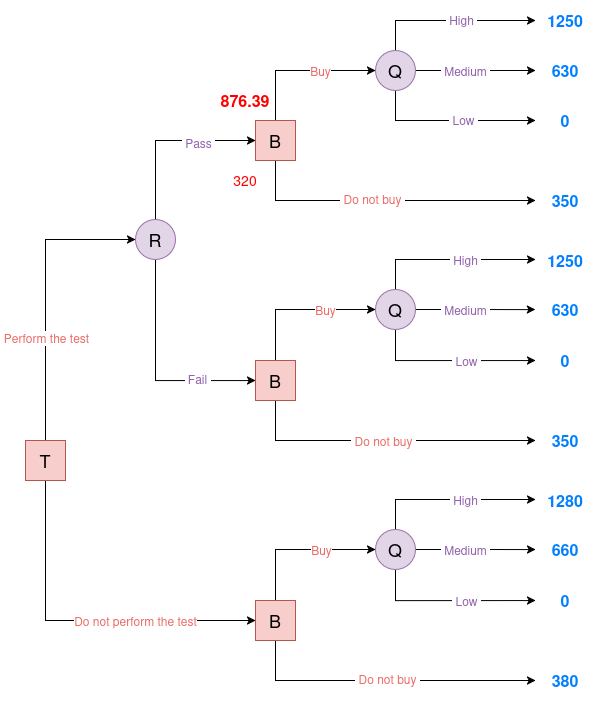
ferjorosa/ferjorosa.github.io keeps this draw.io diagram as assets/2025-06-01-decision-theory-I/evaluated_oil_tree_1.png. Above is the earlier version. Source tidied: cells renumbered, new cells last; positions are measured from the earlier drawing's top-left corner, leaving out a move shared by most shapes. The source it was exported from:
```xml
<mxGraphModel>
  <root>
    <mxCell id="0" />
    <mxCell id="1" parent="0" />
    <mxCell id="2" style="edgeStyle=orthogonalEdgeStyle;rounded=0;jettySize=auto;html=1;entryX=0;entryY=0.5;entryDx=0;entryDy=0;fontSize=12;" parent="1" edge="1" source="6" target="11">
      <mxGeometry relative="1" as="geometry">
        <Array as="points">
          <mxPoint x="20" y="620" />
        </Array>
      </mxGeometry>
    </mxCell>
    <mxCell id="3" value="Do not perform the test" style="edgeLabel;html=1;align=center;verticalAlign=middle;fontSize=12;fontColor=#EA6B66;" parent="2" vertex="1">
      <mxGeometry x="0.08" y="1" relative="1" as="geometry">
        <mxPoint x="41" y="1" as="offset" />
      </mxGeometry>
    </mxCell>
    <mxCell id="4" style="edgeStyle=orthogonalEdgeStyle;rounded=0;jettySize=auto;html=1;entryX=0;entryY=0.5;entryDx=0;entryDy=0;" parent="1" edge="1" source="6" target="21">
      <mxGeometry relative="1" as="geometry">
        <Array as="points">
          <mxPoint x="20" y="239" />
        </Array>
      </mxGeometry>
    </mxCell>
    <mxCell id="5" value="&amp;nbsp;Perform the test&amp;nbsp;" style="edgeLabel;html=1;align=center;verticalAlign=middle;fontSize=12;fontColor=#EA6B66;" parent="4" vertex="1">
      <mxGeometry x="-0.29" relative="1" as="geometry" />
    </mxCell>
    <mxCell id="6" value="T" style="rounded=0;whiteSpace=wrap;html=1;fontSize=18;fillColor=#f8cecc;strokeColor=#b85450;" parent="1" vertex="1">
      <mxGeometry y="440" width="40" height="40" as="geometry" />
    </mxCell>
    <mxCell id="7" style="edgeStyle=orthogonalEdgeStyle;rounded=0;jettySize=auto;html=1;fontSize=12;" parent="1" edge="1" source="11" target="59">
      <mxGeometry relative="1" as="geometry">
        <Array as="points">
          <mxPoint x="250" y="680" />
        </Array>
      </mxGeometry>
    </mxCell>
    <mxCell id="8" value="&amp;nbsp;Do not buy&amp;nbsp;" style="edgeLabel;html=1;align=center;verticalAlign=middle;fontSize=12;fontColor=#EA6B66;" parent="7" vertex="1">
      <mxGeometry x="0.01" y="2" relative="1" as="geometry" />
    </mxCell>
    <mxCell id="9" style="edgeStyle=orthogonalEdgeStyle;rounded=0;jettySize=auto;html=1;entryX=0;entryY=0.5;entryDx=0;entryDy=0;" parent="1" edge="1" source="11" target="47">
      <mxGeometry relative="1" as="geometry">
        <Array as="points">
          <mxPoint x="250" y="549" />
        </Array>
      </mxGeometry>
    </mxCell>
    <mxCell id="10" value="&lt;span style=&quot;font-size: 12px;&quot;&gt;Buy&lt;/span&gt;" style="edgeLabel;html=1;align=center;verticalAlign=middle;fontColor=#EA6B66;" parent="9" vertex="1">
      <mxGeometry x="0.23" y="2" relative="1" as="geometry">
        <mxPoint x="4" y="2" as="offset" />
      </mxGeometry>
    </mxCell>
    <mxCell id="11" value="B" style="rounded=0;whiteSpace=wrap;html=1;fontSize=18;fillColor=#f8cecc;strokeColor=#b85450;" parent="1" vertex="1">
      <mxGeometry x="230" y="600" width="40" height="40" as="geometry" />
    </mxCell>
    <mxCell id="12" style="edgeStyle=orthogonalEdgeStyle;rounded=0;orthogonalLoop=1;jettySize=auto;html=1;fontSize=12;" parent="1" edge="1">
      <mxGeometry relative="1" as="geometry">
        <mxPoint x="250" y="380" as="sourcePoint" />
        <mxPoint x="510" y="440" as="targetPoint" />
        <Array as="points">
          <mxPoint x="250" y="440" />
          <mxPoint x="470" y="440" />
        </Array>
      </mxGeometry>
    </mxCell>
    <mxCell id="13" value="&amp;nbsp;Do not buy&amp;nbsp;" style="edgeLabel;html=1;align=center;verticalAlign=middle;fontSize=12;fontColor=#EA6B66;" parent="12" vertex="1">
      <mxGeometry x="0.05" y="-2" relative="1" as="geometry">
        <mxPoint y="-2" as="offset" />
      </mxGeometry>
    </mxCell>
    <mxCell id="14" style="edgeStyle=orthogonalEdgeStyle;rounded=0;jettySize=auto;html=1;" parent="1" edge="1" source="16" target="40">
      <mxGeometry relative="1" as="geometry">
        <Array as="points">
          <mxPoint x="250" y="309" />
        </Array>
      </mxGeometry>
    </mxCell>
    <mxCell id="15" value="Buy" style="edgeLabel;html=1;align=center;verticalAlign=middle;fontSize=12;fontColor=#EA6B66;" parent="14" vertex="1">
      <mxGeometry x="0.25" y="2" relative="1" as="geometry">
        <mxPoint x="7" y="2" as="offset" />
      </mxGeometry>
    </mxCell>
    <mxCell id="16" value="B" style="rounded=0;whiteSpace=wrap;html=1;fontSize=18;fillColor=#f8cecc;strokeColor=#b85450;" parent="1" vertex="1">
      <mxGeometry x="230" y="360" width="40" height="40" as="geometry" />
    </mxCell>
    <mxCell id="17" style="edgeStyle=orthogonalEdgeStyle;rounded=0;jettySize=auto;html=1;entryX=0;entryY=0.5;entryDx=0;entryDy=0;" parent="1" edge="1" source="21" target="16">
      <mxGeometry relative="1" as="geometry">
        <Array as="points">
          <mxPoint x="130" y="380" />
        </Array>
      </mxGeometry>
    </mxCell>
    <mxCell id="18" value="&lt;font style=&quot;font-size: 12px;&quot;&gt;&amp;nbsp;Fail&amp;nbsp;&lt;/font&gt;" style="edgeLabel;html=1;align=center;verticalAlign=middle;fontSize=12;fontColor=#9061AB;" parent="17" vertex="1">
      <mxGeometry x="0.47" y="2" relative="1" as="geometry" />
    </mxCell>
    <mxCell id="19" style="edgeStyle=orthogonalEdgeStyle;rounded=0;jettySize=auto;html=1;entryX=0;entryY=0.5;entryDx=0;entryDy=0;" parent="1" edge="1" source="21" target="26">
      <mxGeometry relative="1" as="geometry">
        <Array as="points">
          <mxPoint x="130" y="140" />
        </Array>
      </mxGeometry>
    </mxCell>
    <mxCell id="20" value="&amp;nbsp;Pass&amp;nbsp;" style="edgeLabel;html=1;align=center;verticalAlign=middle;fontSize=12;fontColor=#9061AB;" parent="19" vertex="1">
      <mxGeometry x="0.36" y="-2" relative="1" as="geometry" />
    </mxCell>
    <mxCell id="21" value="R" style="ellipse;whiteSpace=wrap;html=1;fontSize=18;fillColor=#e1d5e7;strokeColor=#9673a6;" parent="1" vertex="1">
      <mxGeometry x="110" y="218.9" width="40" height="40" as="geometry" />
    </mxCell>
    <mxCell id="22" style="edgeStyle=orthogonalEdgeStyle;rounded=0;orthogonalLoop=1;jettySize=auto;html=1;fontSize=12;" parent="1" edge="1">
      <mxGeometry relative="1" as="geometry">
        <mxPoint x="250" y="130" as="sourcePoint" />
        <mxPoint x="510" y="200" as="targetPoint" />
        <Array as="points">
          <mxPoint x="250" y="200" />
        </Array>
      </mxGeometry>
    </mxCell>
    <mxCell id="23" value="&amp;nbsp;Do not buy&amp;nbsp;" style="edgeLabel;html=1;align=center;verticalAlign=middle;fontSize=12;fontColor=#EA6B66;" parent="22" vertex="1">
      <mxGeometry x="0.01" y="2" relative="1" as="geometry" />
    </mxCell>
    <mxCell id="24" style="edgeStyle=orthogonalEdgeStyle;rounded=0;jettySize=auto;html=1;entryX=0;entryY=0.5;entryDx=0;entryDy=0;" parent="1" edge="1" source="26" target="33">
      <mxGeometry relative="1" as="geometry">
        <Array as="points">
          <mxPoint x="250" y="70" />
        </Array>
      </mxGeometry>
    </mxCell>
    <mxCell id="25" value="&lt;font style=&quot;font-size: 12px;&quot;&gt;Buy&lt;/font&gt;" style="edgeLabel;html=1;align=center;verticalAlign=middle;fontColor=#EA6B66;" parent="24" vertex="1">
      <mxGeometry x="0.15" relative="1" as="geometry">
        <mxPoint x="8" as="offset" />
      </mxGeometry>
    </mxCell>
    <mxCell id="26" value="B" style="rounded=0;whiteSpace=wrap;html=1;fontSize=18;fillColor=#f8cecc;strokeColor=#b85450;" parent="1" vertex="1">
      <mxGeometry x="230" y="120" width="40" height="40" as="geometry" />
    </mxCell>
    <mxCell id="27" style="edgeStyle=orthogonalEdgeStyle;rounded=0;jettySize=auto;html=1;fontSize=12;" parent="1" edge="1" source="33">
      <mxGeometry relative="1" as="geometry">
        <mxPoint x="510" y="20" as="targetPoint" />
        <Array as="points">
          <mxPoint x="370" y="20" />
        </Array>
      </mxGeometry>
    </mxCell>
    <mxCell id="28" value="&lt;font style=&quot;font-size: 12px;&quot;&gt;&amp;nbsp;High&amp;nbsp;&lt;/font&gt;" style="edgeLabel;html=1;align=center;verticalAlign=middle;fontColor=#9061AB;" parent="27" vertex="1">
      <mxGeometry x="0.12" y="1" relative="1" as="geometry" />
    </mxCell>
    <mxCell id="29" style="edgeStyle=orthogonalEdgeStyle;rounded=0;jettySize=auto;html=1;fontSize=12;" parent="1" edge="1" source="33">
      <mxGeometry relative="1" as="geometry">
        <mxPoint x="510" y="70" as="targetPoint" />
      </mxGeometry>
    </mxCell>
    <mxCell id="30" value="&lt;font style=&quot;font-size: 12px;&quot;&gt;&amp;nbsp;Medium&amp;nbsp;&lt;/font&gt;" style="edgeLabel;html=1;align=center;verticalAlign=middle;fontColor=#9061AB;" parent="29" vertex="1">
      <mxGeometry x="-0.45" relative="1" as="geometry">
        <mxPoint x="17" as="offset" />
      </mxGeometry>
    </mxCell>
    <mxCell id="31" style="edgeStyle=orthogonalEdgeStyle;rounded=0;jettySize=auto;html=1;fontSize=12;" parent="1" edge="1" source="33">
      <mxGeometry relative="1" as="geometry">
        <mxPoint x="510" y="120" as="targetPoint" />
        <Array as="points">
          <mxPoint x="370" y="120" />
          <mxPoint x="470" y="120" />
        </Array>
      </mxGeometry>
    </mxCell>
    <mxCell id="32" value="&lt;font style=&quot;font-size: 12px;&quot;&gt;&amp;nbsp;Low&amp;nbsp;&lt;/font&gt;" style="edgeLabel;html=1;align=center;verticalAlign=middle;fontColor=#9061AB;" parent="31" vertex="1">
      <mxGeometry x="0.15" y="1" relative="1" as="geometry" />
    </mxCell>
    <mxCell id="33" value="Q" style="ellipse;whiteSpace=wrap;html=1;fontSize=18;fillColor=#e1d5e7;strokeColor=#9673a6;" parent="1" vertex="1">
      <mxGeometry x="350" y="50" width="40" height="40" as="geometry" />
    </mxCell>
    <mxCell id="34" style="edgeStyle=orthogonalEdgeStyle;rounded=0;jettySize=auto;html=1;fontSize=12;" parent="1" edge="1" source="40">
      <mxGeometry relative="1" as="geometry">
        <mxPoint x="510" y="309" as="targetPoint" />
      </mxGeometry>
    </mxCell>
    <mxCell id="35" value="&lt;font style=&quot;font-size: 12px;&quot;&gt;&amp;nbsp;Medium&amp;nbsp;&lt;/font&gt;" style="edgeLabel;html=1;align=center;verticalAlign=middle;fontColor=#9061AB;" parent="34" vertex="1">
      <mxGeometry x="-0.37" relative="1" as="geometry">
        <mxPoint x="12" as="offset" />
      </mxGeometry>
    </mxCell>
    <mxCell id="36" style="edgeStyle=orthogonalEdgeStyle;rounded=0;orthogonalLoop=1;jettySize=auto;html=1;" parent="1" edge="1">
      <mxGeometry relative="1" as="geometry">
        <mxPoint x="370" y="307.8" as="sourcePoint" />
        <mxPoint x="510" y="258.9" as="targetPoint" />
        <Array as="points">
          <mxPoint x="370" y="258.9" />
        </Array>
      </mxGeometry>
    </mxCell>
    <mxCell id="37" value="&lt;font style=&quot;font-size: 12px;&quot;&gt;&amp;nbsp;High&amp;nbsp;&lt;/font&gt;" style="edgeLabel;html=1;align=center;verticalAlign=middle;fontColor=#9061AB;" parent="36" vertex="1">
      <mxGeometry x="0.16" relative="1" as="geometry">
        <mxPoint x="10" as="offset" />
      </mxGeometry>
    </mxCell>
    <mxCell id="38" style="edgeStyle=orthogonalEdgeStyle;rounded=0;jettySize=auto;html=1;" parent="1" edge="1" source="40">
      <mxGeometry relative="1" as="geometry">
        <mxPoint x="510" y="360" as="targetPoint" />
        <Array as="points">
          <mxPoint x="370" y="360" />
        </Array>
      </mxGeometry>
    </mxCell>
    <mxCell id="39" value="&amp;nbsp;Low&amp;nbsp;" style="edgeLabel;html=1;align=center;verticalAlign=middle;fontSize=12;fontColor=#9061AB;" parent="38" vertex="1">
      <mxGeometry x="0.09" y="-1" relative="1" as="geometry">
        <mxPoint x="8" y="-1" as="offset" />
      </mxGeometry>
    </mxCell>
    <mxCell id="40" value="Q" style="ellipse;whiteSpace=wrap;html=1;fontSize=18;fillColor=#e1d5e7;strokeColor=#9673a6;" parent="1" vertex="1">
      <mxGeometry x="350" y="288.9" width="40" height="40" as="geometry" />
    </mxCell>
    <mxCell id="41" style="edgeStyle=orthogonalEdgeStyle;rounded=0;jettySize=auto;html=1;fontSize=12;" parent="1" edge="1" source="47">
      <mxGeometry relative="1" as="geometry">
        <mxPoint x="510" y="549" as="targetPoint" />
      </mxGeometry>
    </mxCell>
    <mxCell id="42" value="&amp;nbsp;Medium&amp;nbsp;" style="edgeLabel;html=1;align=center;verticalAlign=middle;fontSize=12;fontColor=#9061AB;" parent="41" vertex="1">
      <mxGeometry x="-0.37" relative="1" as="geometry">
        <mxPoint x="12" as="offset" />
      </mxGeometry>
    </mxCell>
    <mxCell id="43" style="edgeStyle=orthogonalEdgeStyle;rounded=0;orthogonalLoop=1;jettySize=auto;html=1;" parent="1" edge="1">
      <mxGeometry relative="1" as="geometry">
        <mxPoint x="370" y="547.8" as="sourcePoint" />
        <mxPoint x="510" y="498.9" as="targetPoint" />
        <Array as="points">
          <mxPoint x="370" y="498.9" />
        </Array>
      </mxGeometry>
    </mxCell>
    <mxCell id="44" value="&amp;nbsp;High&amp;nbsp;" style="edgeLabel;html=1;align=center;verticalAlign=middle;fontSize=12;fontColor=#9061AB;" parent="43" vertex="1">
      <mxGeometry x="0.16" relative="1" as="geometry">
        <mxPoint x="10" as="offset" />
      </mxGeometry>
    </mxCell>
    <mxCell id="45" style="edgeStyle=orthogonalEdgeStyle;rounded=0;jettySize=auto;html=1;" parent="1" edge="1" source="47">
      <mxGeometry relative="1" as="geometry">
        <mxPoint x="510" y="600" as="targetPoint" />
        <Array as="points">
          <mxPoint x="370" y="600" />
        </Array>
      </mxGeometry>
    </mxCell>
    <mxCell id="46" value="&amp;nbsp;Low&amp;nbsp;" style="edgeLabel;html=1;align=center;verticalAlign=middle;fontSize=12;fontColor=#9061AB;" parent="45" vertex="1">
      <mxGeometry x="0.09" y="-1" relative="1" as="geometry">
        <mxPoint x="8" y="-1" as="offset" />
      </mxGeometry>
    </mxCell>
    <mxCell id="47" value="Q" style="ellipse;whiteSpace=wrap;html=1;fontSize=18;fillColor=#e1d5e7;strokeColor=#9673a6;" parent="1" vertex="1">
      <mxGeometry x="350" y="528.9" width="40" height="40" as="geometry" />
    </mxCell>
    <mxCell id="48" value="1250" style="rounded=0;whiteSpace=wrap;html=1;fontSize=16;fillColor=none;strokeColor=none;fontColor=#007FFF;fontStyle=1;" parent="1" vertex="1">
      <mxGeometry x="510" width="60" height="40" as="geometry" />
    </mxCell>
    <mxCell id="49" value="630" style="rounded=0;whiteSpace=wrap;html=1;fontSize=16;fillColor=none;strokeColor=none;fontColor=#007FFF;fontStyle=1;" parent="1" vertex="1">
      <mxGeometry x="510" y="50" width="60" height="40" as="geometry" />
    </mxCell>
    <mxCell id="50" value="0" style="rounded=0;whiteSpace=wrap;html=1;fontSize=16;fillColor=none;strokeColor=none;fontColor=#007FFF;fontStyle=1;" parent="1" vertex="1">
      <mxGeometry x="510" y="100" width="60" height="40" as="geometry" />
    </mxCell>
    <mxCell id="51" value="1250" style="rounded=0;whiteSpace=wrap;html=1;fontSize=16;fillColor=none;strokeColor=none;fontColor=#007FFF;fontStyle=1;" parent="1" vertex="1">
      <mxGeometry x="510" y="240" width="60" height="40" as="geometry" />
    </mxCell>
    <mxCell id="52" value="630" style="rounded=0;whiteSpace=wrap;html=1;fontSize=16;fillColor=none;strokeColor=none;fontColor=#007FFF;fontStyle=1;" parent="1" vertex="1">
      <mxGeometry x="510" y="288.9" width="60" height="40" as="geometry" />
    </mxCell>
    <mxCell id="53" value="0" style="rounded=0;whiteSpace=wrap;html=1;fontSize=16;fillColor=none;strokeColor=none;fontColor=#007FFF;fontStyle=1;" parent="1" vertex="1">
      <mxGeometry x="510" y="340" width="60" height="40" as="geometry" />
    </mxCell>
    <mxCell id="54" value="350" style="rounded=0;whiteSpace=wrap;html=1;fontSize=16;fillColor=none;strokeColor=none;fontColor=#007FFF;fontStyle=1;" parent="1" vertex="1">
      <mxGeometry x="510" y="420" width="60" height="40" as="geometry" />
    </mxCell>
    <mxCell id="55" value="350" style="rounded=0;whiteSpace=wrap;html=1;fontSize=16;fillColor=none;strokeColor=none;fontColor=#007FFF;fontStyle=1;" parent="1" vertex="1">
      <mxGeometry x="510" y="180" width="60" height="40" as="geometry" />
    </mxCell>
    <mxCell id="56" value="1280" style="rounded=0;whiteSpace=wrap;html=1;fontSize=16;fillColor=none;strokeColor=none;fontColor=#007FFF;fontStyle=1;" parent="1" vertex="1">
      <mxGeometry x="510" y="480" width="60" height="40" as="geometry" />
    </mxCell>
    <mxCell id="57" value="660" style="rounded=0;whiteSpace=wrap;html=1;fontSize=16;fillColor=none;strokeColor=none;fontColor=#007FFF;fontStyle=1;" parent="1" vertex="1">
      <mxGeometry x="510" y="528.9" width="60" height="40" as="geometry" />
    </mxCell>
    <mxCell id="58" value="0" style="rounded=0;whiteSpace=wrap;html=1;fontSize=16;fillColor=none;strokeColor=none;fontColor=#007FFF;fontStyle=1;" parent="1" vertex="1">
      <mxGeometry x="510" y="580" width="60" height="40" as="geometry" />
    </mxCell>
    <mxCell id="59" value="380" style="rounded=0;whiteSpace=wrap;html=1;fontSize=16;fillColor=none;strokeColor=none;fontColor=#007FFF;fontStyle=1;" parent="1" vertex="1">
      <mxGeometry x="510" y="660" width="60" height="40" as="geometry" />
    </mxCell>
    <mxCell id="60" value="320" style="rounded=0;whiteSpace=wrap;html=1;fontSize=14;fillColor=none;strokeColor=none;fontColor=#FF0000;fontStyle=0;" parent="1" vertex="1">
      <mxGeometry x="190" y="160" width="60" height="40" as="geometry" />
    </mxCell>
    <mxCell id="61" value="876.39" style="rounded=0;whiteSpace=wrap;html=1;fontSize=16;fillColor=none;strokeColor=none;fontColor=#FF0000;fontStyle=1;" parent="1" vertex="1">
      <mxGeometry x="190" y="80" width="60" height="40" as="geometry" />
    </mxCell>
  </root>
</mxGraphModel>
```
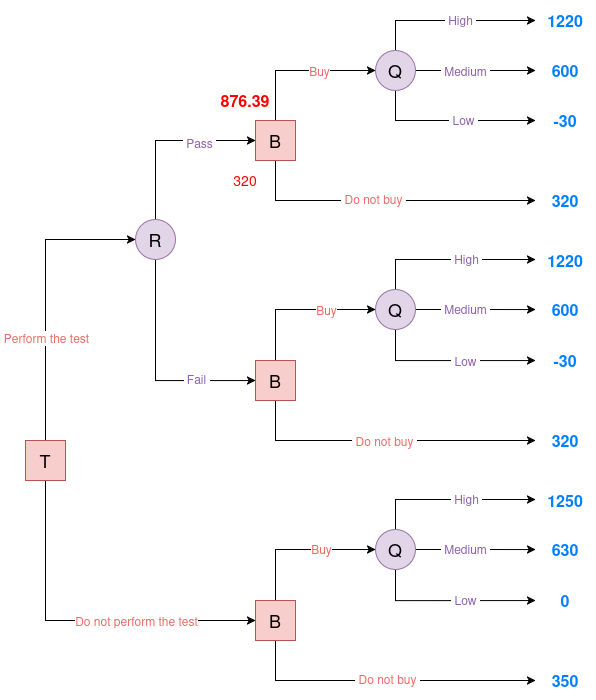
The same file after the commit.

The edit, as a diff of the source:
```diff
@@ -248,40 +248,40 @@
     <mxCell id="47" value="Q" style="ellipse;whiteSpace=wrap;html=1;fontSize=18;fillColor=#e1d5e7;strokeColor=#9673a6;" parent="1" vertex="1">
       <mxGeometry x="350" y="528.9" width="40" height="40" as="geometry" />
     </mxCell>
-    <mxCell id="48" value="1250" style="rounded=0;whiteSpace=wrap;html=1;fontSize=16;fillColor=none;strokeColor=none;fontColor=#007FFF;fontStyle=1;" parent="1" vertex="1">
+    <mxCell id="48" value="1220" style="rounded=0;whiteSpace=wrap;html=1;fontSize=16;fillColor=none;strokeColor=none;fontColor=#007FFF;fontStyle=1;" parent="1" vertex="1">
       <mxGeometry x="510" width="60" height="40" as="geometry" />
     </mxCell>
-    <mxCell id="49" value="630" style="rounded=0;whiteSpace=wrap;html=1;fontSize=16;fillColor=none;strokeColor=none;fontColor=#007FFF;fontStyle=1;" parent="1" vertex="1">
+    <mxCell id="49" value="600" style="rounded=0;whiteSpace=wrap;html=1;fontSize=16;fillColor=none;strokeColor=none;fontColor=#007FFF;fontStyle=1;" parent="1" vertex="1">
       <mxGeometry x="510" y="50" width="60" height="40" as="geometry" />
     </mxCell>
-    <mxCell id="50" value="0" style="rounded=0;whiteSpace=wrap;html=1;fontSize=16;fillColor=none;strokeColor=none;fontColor=#007FFF;fontStyle=1;" parent="1" vertex="1">
+    <mxCell id="50" value="-30" style="rounded=0;whiteSpace=wrap;html=1;fontSize=16;fillColor=none;strokeColor=none;fontColor=#007FFF;fontStyle=1;" parent="1" vertex="1">
       <mxGeometry x="510" y="100" width="60" height="40" as="geometry" />
     </mxCell>
-    <mxCell id="51" value="1250" style="rounded=0;whiteSpace=wrap;html=1;fontSize=16;fillColor=none;strokeColor=none;fontColor=#007FFF;fontStyle=1;" parent="1" vertex="1">
+    <mxCell id="51" value="1220" style="rounded=0;whiteSpace=wrap;html=1;fontSize=16;fillColor=none;strokeColor=none;fontColor=#007FFF;fontStyle=1;" parent="1" vertex="1">
       <mxGeometry x="510" y="240" width="60" height="40" as="geometry" />
     </mxCell>
-    <mxCell id="52" value="630" style="rounded=0;whiteSpace=wrap;html=1;fontSize=16;fillColor=none;strokeColor=none;fontColor=#007FFF;fontStyle=1;" parent="1" vertex="1">
+    <mxCell id="52" value="600" style="rounded=0;whiteSpace=wrap;html=1;fontSize=16;fillColor=none;strokeColor=none;fontColor=#007FFF;fontStyle=1;" parent="1" vertex="1">
       <mxGeometry x="510" y="288.9" width="60" height="40" as="geometry" />
     </mxCell>
-    <mxCell id="53" value="0" style="rounded=0;whiteSpace=wrap;html=1;fontSize=16;fillColor=none;strokeColor=none;fontColor=#007FFF;fontStyle=1;" parent="1" vertex="1">
+    <mxCell id="53" value="-30" style="rounded=0;whiteSpace=wrap;html=1;fontSize=16;fillColor=none;strokeColor=none;fontColor=#007FFF;fontStyle=1;" parent="1" vertex="1">
       <mxGeometry x="510" y="340" width="60" height="40" as="geometry" />
     </mxCell>
-    <mxCell id="54" value="350" style="rounded=0;whiteSpace=wrap;html=1;fontSize=16;fillColor=none;strokeColor=none;fontColor=#007FFF;fontStyle=1;" parent="1" vertex="1">
+    <mxCell id="54" value="320" style="rounded=0;whiteSpace=wrap;html=1;fontSize=16;fillColor=none;strokeColor=none;fontColor=#007FFF;fontStyle=1;" parent="1" vertex="1">
       <mxGeometry x="510" y="420" width="60" height="40" as="geometry" />
     </mxCell>
-    <mxCell id="55" value="350" style="rounded=0;whiteSpace=wrap;html=1;fontSize=16;fillColor=none;strokeColor=none;fontColor=#007FFF;fontStyle=1;" parent="1" vertex="1">
+    <mxCell id="55" value="320" style="rounded=0;whiteSpace=wrap;html=1;fontSize=16;fillColor=none;strokeColor=none;fontColor=#007FFF;fontStyle=1;" parent="1" vertex="1">
       <mxGeometry x="510" y="180" width="60" height="40" as="geometry" />
     </mxCell>
-    <mxCell id="56" value="1280" style="rounded=0;whiteSpace=wrap;html=1;fontSize=16;fillColor=none;strokeColor=none;fontColor=#007FFF;fontStyle=1;" parent="1" vertex="1">
+    <mxCell id="56" value="1250" style="rounded=0;whiteSpace=wrap;html=1;fontSize=16;fillColor=none;strokeColor=none;fontColor=#007FFF;fontStyle=1;" parent="1" vertex="1">
       <mxGeometry x="510" y="480" width="60" height="40" as="geometry" />
     </mxCell>
-    <mxCell id="57" value="660" style="rounded=0;whiteSpace=wrap;html=1;fontSize=16;fillColor=none;strokeColor=none;fontColor=#007FFF;fontStyle=1;" parent="1" vertex="1">
+    <mxCell id="57" value="630" style="rounded=0;whiteSpace=wrap;html=1;fontSize=16;fillColor=none;strokeColor=none;fontColor=#007FFF;fontStyle=1;" parent="1" vertex="1">
       <mxGeometry x="510" y="528.9" width="60" height="40" as="geometry" />
     </mxCell>
     <mxCell id="58" value="0" style="rounded=0;whiteSpace=wrap;html=1;fontSize=16;fillColor=none;strokeColor=none;fontColor=#007FFF;fontStyle=1;" parent="1" vertex="1">
       <mxGeometry x="510" y="580" width="60" height="40" as="geometry" />
     </mxCell>
-    <mxCell id="59" value="380" style="rounded=0;whiteSpace=wrap;html=1;fontSize=16;fillColor=none;strokeColor=none;fontColor=#007FFF;fontStyle=1;" parent="1" vertex="1">
+    <mxCell id="59" value="350" style="rounded=0;whiteSpace=wrap;html=1;fontSize=16;fillColor=none;strokeColor=none;fontColor=#007FFF;fontStyle=1;" parent="1" vertex="1">
       <mxGeometry x="510" y="660" width="60" height="40" as="geometry" />
     </mxCell>
     <mxCell id="60" value="320" style="rounded=0;whiteSpace=wrap;html=1;fontSize=14;fillColor=none;strokeColor=none;fontColor=#FF0000;fontStyle=0;" parent="1" vertex="1">
```
